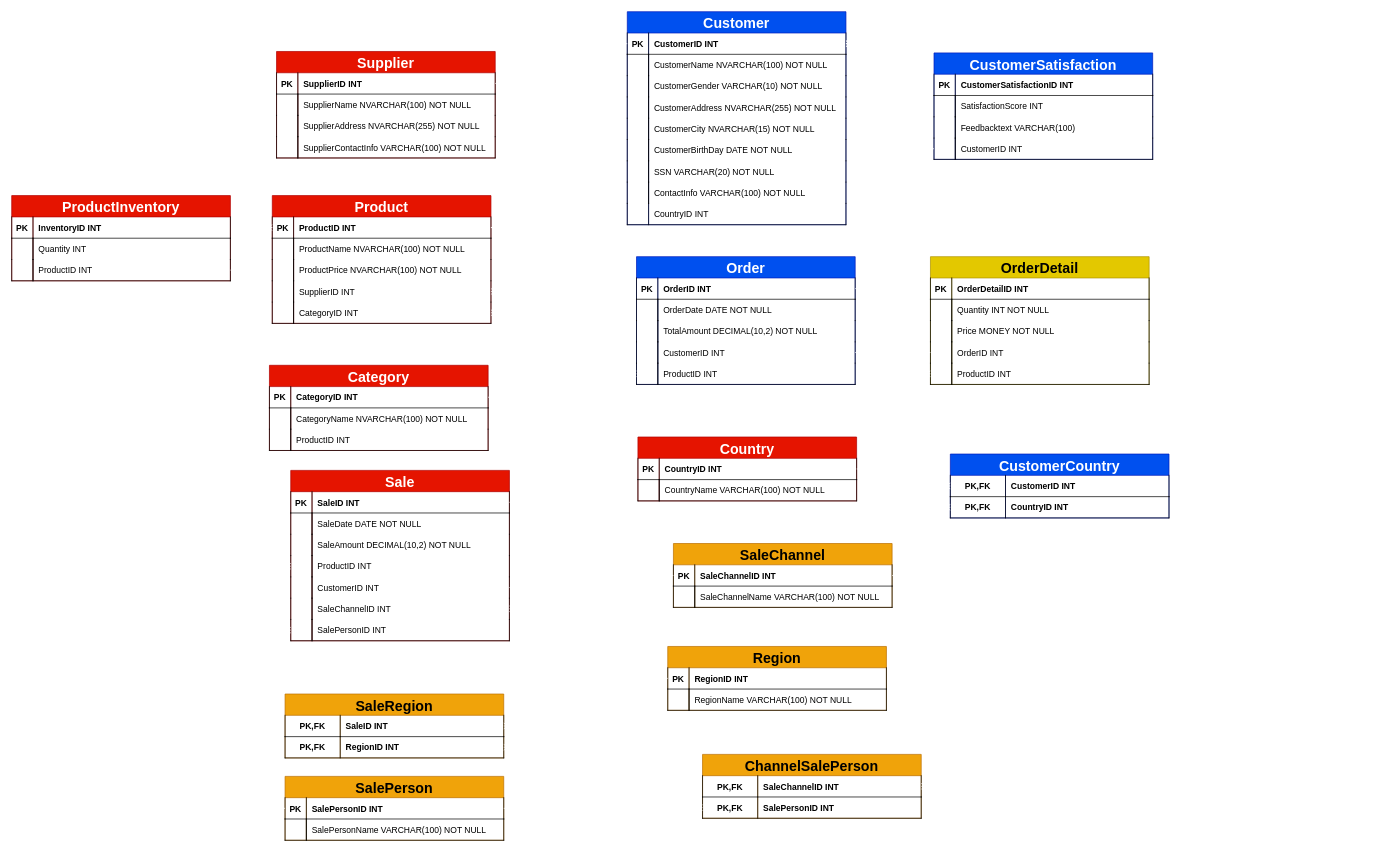
The draw.io diagram 04DrawIO/Sales.drawio in KristoferFangrat/ExamAssignment, before the edit. Source tidied: cells renumbered, new cells numbered last; positions are measured from the earlier drawing's top-left corner, leaving out a move shared by most shapes. Both pictures are drawn from the tidied source at 71%, with x=0, y=0 at pixel (11, 11).
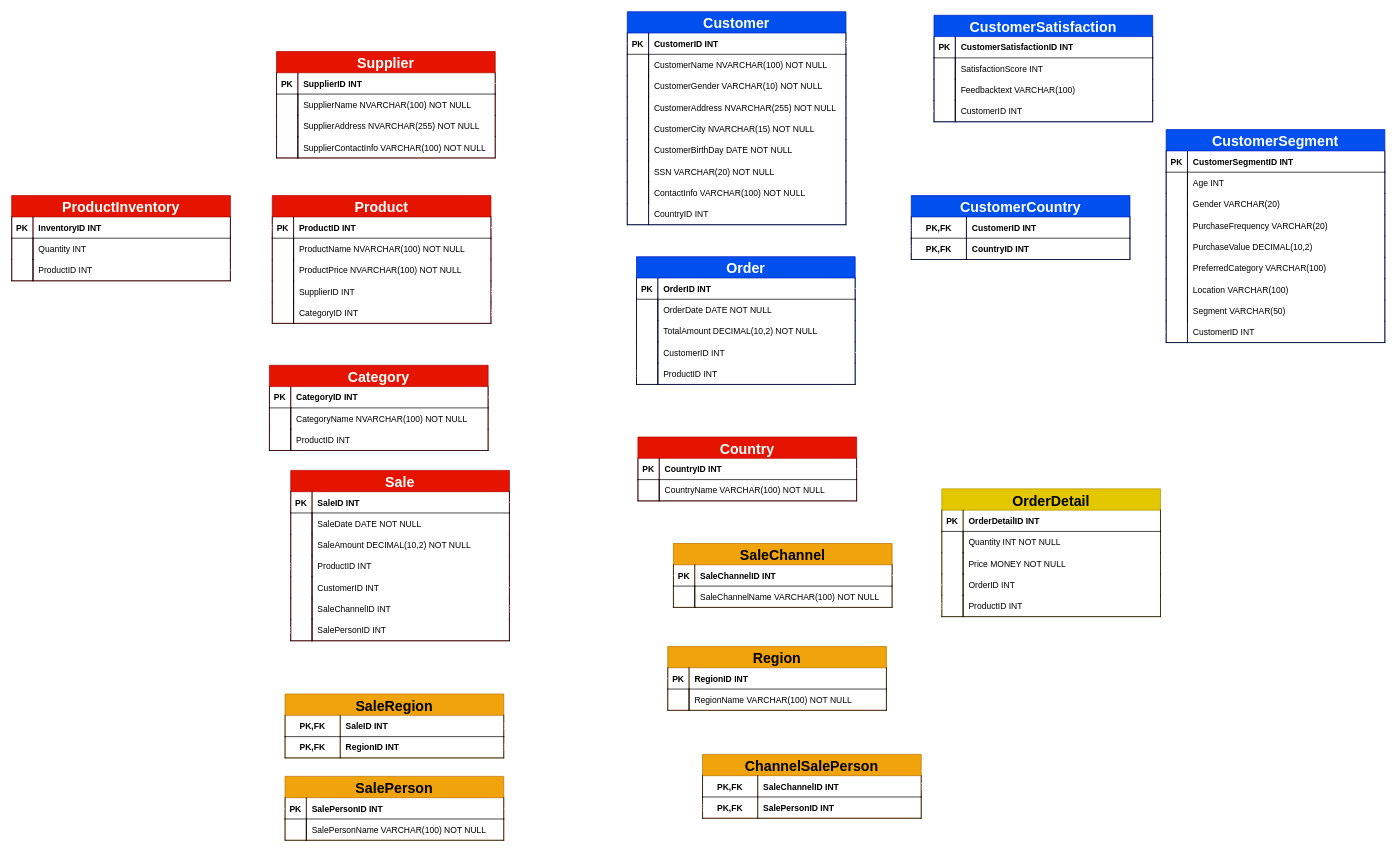
After the change.

Unchanged cells that the change refers to:
```xml
<mxCell id="3" style="shape=tableRow;horizontal=0;startSize=0;swimlaneHead=0;swimlaneBody=0;fillColor=none;points=[[0,0.5],[1,0.5]];portConstraint=eastwest;top=0;left=0;right=0;bottom=1;sketch=0;hachureGap=4;jiggle=2;curveFitting=1;fontFamily=Architects Daughter;fontSize=20;" parent="2" vertex="1">
  <mxGeometry y="30" width="308" height="30" as="geometry" />
</mxCell>
<mxCell id="44" style="shape=tableRow;horizontal=0;startSize=0;swimlaneHead=0;swimlaneBody=0;fillColor=none;points=[[0,0.5],[1,0.5]];portConstraint=eastwest;top=0;left=0;right=0;bottom=1;sketch=0;hachureGap=4;jiggle=2;curveFitting=1;fontFamily=Architects Daughter;fontSize=20;" parent="43" vertex="1">
  <mxGeometry y="30" width="308" height="30" as="geometry" />
</mxCell>
<mxCell id="70" style="shape=tableRow;horizontal=0;startSize=0;swimlaneHead=0;swimlaneBody=0;fillColor=none;points=[[0,0.5],[1,0.5]];portConstraint=eastwest;top=0;left=0;right=0;bottom=1;sketch=0;hachureGap=4;jiggle=2;curveFitting=1;fontFamily=Architects Daughter;fontSize=20;" parent="69" vertex="1">
  <mxGeometry y="30" width="308" height="30" as="geometry" />
</mxCell>
<mxCell id="77" style="shape=tableRow;horizontal=0;startSize=0;swimlaneHead=0;swimlaneBody=0;fillColor=none;points=[[0,0.5],[1,0.5]];portConstraint=eastwest;top=0;left=0;right=0;bottom=1;sketch=0;hachureGap=4;jiggle=2;curveFitting=1;fontFamily=Architects Daughter;fontSize=20;" parent="76" vertex="1">
  <mxGeometry y="30" width="308" height="30" as="geometry" />
</mxCell>
<mxCell id="153" style="shape=tableRow;horizontal=0;startSize=0;swimlaneHead=0;swimlaneBody=0;fillColor=none;points=[[0,0.5],[1,0.5]];portConstraint=eastwest;top=0;left=0;right=0;bottom=0;sketch=0;hachureGap=4;jiggle=2;curveFitting=1;fontFamily=Architects Daughter;fontSize=20;" parent="143" vertex="1">
  <mxGeometry y="120" width="308" height="30" as="geometry" />
</mxCell>
<mxCell id="156" style="shape=tableRow;horizontal=0;startSize=0;swimlaneHead=0;swimlaneBody=0;fillColor=none;points=[[0,0.5],[1,0.5]];portConstraint=eastwest;top=0;left=0;right=0;bottom=1;sketch=0;hachureGap=4;jiggle=2;curveFitting=1;fontFamily=Architects Daughter;fontSize=20;" parent="143" vertex="1">
  <mxGeometry y="150" width="308" height="30" as="geometry" />
</mxCell>
<mxCell id="162" style="shape=tableRow;horizontal=0;startSize=0;swimlaneHead=0;swimlaneBody=0;fillColor=none;points=[[0,0.5],[1,0.5]];portConstraint=eastwest;top=0;left=0;right=0;bottom=1;sketch=0;hachureGap=4;jiggle=2;curveFitting=1;fontFamily=Architects Daughter;fontSize=20;" parent="161" vertex="1">
  <mxGeometry y="30" width="308" height="30" as="geometry" />
</mxCell>
<mxCell id="165" style="shape=tableRow;horizontal=0;startSize=0;swimlaneHead=0;swimlaneBody=0;fillColor=none;points=[[0,0.5],[1,0.5]];portConstraint=eastwest;top=0;left=0;right=0;bottom=1;sketch=0;hachureGap=4;jiggle=2;curveFitting=1;fontFamily=Architects Daughter;fontSize=20;" parent="161" vertex="1">
  <mxGeometry y="60" width="308" height="30" as="geometry" />
</mxCell>
<mxCell id="209" style="shape=tableRow;horizontal=0;startSize=0;swimlaneHead=0;swimlaneBody=0;fillColor=none;points=[[0,0.5],[1,0.5]];portConstraint=eastwest;top=0;left=0;right=0;bottom=1;sketch=0;hachureGap=4;jiggle=2;curveFitting=1;fontFamily=Architects Daughter;fontSize=20;" parent="199" vertex="1">
  <mxGeometry y="120" width="308" height="30" as="geometry" />
</mxCell>
```

The edit, as a diff of the source:
```diff
@@
     <mxCell id="143" value="OrderDetail" style="shape=table;startSize=30;childLayout=tableLayout;rowLines=0;fontStyle=1;align=center;sketch=0;hachureGap=4;jiggle=2;curveFitting=1;fontFamily=Helvetica;fontSize=20;swimlaneLine=1;rounded=0;fillColor=#e3c800;fontColor=#000000;strokeColor=#B09500;" parent="1" vertex="1">
-      <mxGeometry x="1294" y="345" width="308" height="180" as="geometry" />
+      <mxGeometry x="1310" y="672" width="308" height="180" as="geometry" />
     </mxCell>
@@
     <mxCell id="159" style="edgeStyle=orthogonalEdgeStyle;shape=connector;rounded=0;sketch=0;hachureGap=4;jiggle=2;curveFitting=1;html=1;exitX=0;exitY=0.5;exitDx=0;exitDy=0;entryX=1;entryY=0.5;entryDx=0;entryDy=0;labelBackgroundColor=default;strokeColor=#FFFFFF;fontFamily=Architects Daughter;fontSize=16;fontColor=default;startArrow=ERone;startFill=0;endArrow=ERone;endFill=0;" parent="1" edge="1" source="153" target="77">
       <mxGeometry relative="1" as="geometry">
         <Array as="points">
-          <mxPoint x="1238" y="480" />
+          <mxPoint x="1291" y="807" />
+          <mxPoint x="1291" y="551" />
+          <mxPoint x="1238" y="551" />
           <mxPoint x="1238" y="390" />
         </Array>
       </mxGeometry>
     </mxCell>
     <mxCell id="160" style="edgeStyle=orthogonalEdgeStyle;shape=connector;rounded=0;sketch=0;hachureGap=4;jiggle=2;curveFitting=1;html=1;exitX=0;exitY=0.5;exitDx=0;exitDy=0;entryX=1;entryY=0.5;entryDx=0;entryDy=0;labelBackgroundColor=default;strokeColor=#FFFFFF;fontFamily=Architects Daughter;fontSize=16;fontColor=default;startArrow=ERoneToMany;startFill=0;endArrow=ERone;endFill=0;" parent="1" edge="1" source="156" target="44">
       <mxGeometry relative="1" as="geometry">
         <Array as="points">
+          <mxPoint x="1291" y="837" />
+          <mxPoint x="1291" y="550" />
+          <mxPoint x="1239" y="550" />
+          <mxPoint x="1239" y="510" />
           <mxPoint x="1236" y="510" />
           <mxPoint x="1236" y="548" />
           <mxPoint x="773" y="548" />
           <mxPoint x="773" y="304" />
         </Array>
       </mxGeometry>
     </mxCell>
     <mxCell id="161" value="CustomerCountry" style="shape=table;startSize=30;childLayout=tableLayout;rowLines=0;fontStyle=1;align=center;sketch=0;hachureGap=4;jiggle=2;curveFitting=1;fontFamily=Helvetica;fontSize=20;swimlaneLine=1;rounded=0;fillColor=#0050ef;fontColor=#ffffff;strokeColor=#001DBC;" parent="1" vertex="1">
-      <mxGeometry x="1322" y="623" width="308" height="90" as="geometry" />
+      <mxGeometry x="1267" y="259" width="308" height="90" as="geometry" />
     </mxCell>
@@
     <mxCell id="168" style="edgeStyle=orthogonalEdgeStyle;shape=connector;rounded=0;sketch=0;hachureGap=4;jiggle=2;curveFitting=1;html=1;exitX=0;exitY=0.5;exitDx=0;exitDy=0;labelBackgroundColor=default;strokeColor=#FFFFFF;fontFamily=Architects Daughter;fontSize=12;fontColor=default;startArrow=ERoneToMany;startFill=0;endArrow=ERone;endFill=0;entryX=1;entryY=0.5;entryDx=0;entryDy=0;" parent="1" edge="1" source="165" target="70">
       <mxGeometry relative="1" as="geometry">
         <Array as="points">
-          <mxPoint x="1236" y="698" />
-          <mxPoint x="1236" y="644" />
+          <mxPoint x="1238" y="334" />
+          <mxPoint x="1238" y="644" />
         </Array>
       </mxGeometry>
     </mxCell>
     <mxCell id="169" style="edgeStyle=orthogonalEdgeStyle;shape=connector;rounded=0;sketch=0;hachureGap=4;jiggle=2;curveFitting=1;html=1;exitX=0;exitY=0.5;exitDx=0;exitDy=0;entryX=1;entryY=0.5;entryDx=0;entryDy=0;labelBackgroundColor=default;strokeColor=#FFFFFF;fontFamily=Architects Daughter;fontSize=12;fontColor=default;startArrow=ERoneToMany;startFill=0;endArrow=ERone;endFill=0;" parent="1" edge="1" source="162" target="3">
       <mxGeometry relative="1" as="geometry">
         <Array as="points">
-          <mxPoint x="1237" y="668" />
+          <mxPoint x="1239" y="304" />
+          <mxPoint x="1239" y="553" />
+          <mxPoint x="1237" y="553" />
           <mxPoint x="1237" y="45" />
         </Array>
       </mxGeometry>
     </mxCell>
@@
     <mxCell id="199" value="CustomerSatisfaction" style="shape=table;startSize=30;childLayout=tableLayout;rowLines=0;fontStyle=1;align=center;sketch=0;hachureGap=4;jiggle=2;curveFitting=1;fontFamily=Helvetica;fontSize=20;swimlaneLine=1;rounded=0;fillColor=#0050ef;fontColor=#ffffff;strokeColor=#001DBC;" parent="1" vertex="1">
-      <mxGeometry x="1299" y="58" width="308" height="150" as="geometry" />
+      <mxGeometry x="1299" y="5" width="308" height="150" as="geometry" />
     </mxCell>
@@
-    <mxCell id="212" style="edgeStyle=orthogonalEdgeStyle;shape=connector;rounded=0;sketch=0;hachureGap=4;jiggle=2;curveFitting=1;html=1;exitX=0;exitY=0.5;exitDx=0;exitDy=0;labelBackgroundColor=default;strokeColor=#FFFFFF;fontFamily=Architects Daughter;fontSize=12;fontColor=default;startArrow=ERone;startFill=0;endArrow=ERoneToMany;endFill=0;" parent="1" edge="1" source="209" target="3">
+    <mxCell id="212" style="edgeStyle=orthogonalEdgeStyle;shape=connector;rounded=0;sketch=0;hachureGap=4;jiggle=2;curveFitting=1;html=1;exitX=0;exitY=0.5;exitDx=0;exitDy=0;labelBackgroundColor=default;strokeColor=#FFFFFF;fontFamily=Architects Daughter;fontSize=12;fontColor=default;startArrow=ERone;startFill=0;endArrow=ERone;endFill=0;" parent="1" edge="1" source="209" target="3">
       <mxGeometry relative="1" as="geometry" />
     </mxCell>
+    <mxCell id="213" value="CustomerSegment" style="shape=table;startSize=30;childLayout=tableLayout;rowLines=0;fontStyle=1;align=center;sketch=0;hachureGap=4;jiggle=2;curveFitting=1;fontFamily=Helvetica;fontSize=20;swimlaneLine=1;rounded=0;fillColor=#0050ef;fontColor=#ffffff;strokeColor=#001DBC;" parent="1" vertex="1">
+      <mxGeometry x="1626" y="166" width="308" height="300" as="geometry" />
+    </mxCell>
+    <mxCell id="214" style="shape=tableRow;horizontal=0;startSize=0;swimlaneHead=0;swimlaneBody=0;fillColor=none;top=0;left=0;right=0;bottom=1;sketch=0;hachureGap=4;jiggle=2;curveFitting=1;fontFamily=Architects Daughter;fontSize=20;" parent="213" vertex="1">
+      <mxGeometry y="30" width="308" height="30" as="geometry" />
+    </mxCell>
+    <mxCell id="215" value="PK" style="shape=partialRectangle;fillColor=none;top=0;left=1;bottom=0;right=0;fontStyle=1;overflow=hidden;sketch=0;hachureGap=4;jiggle=2;curveFitting=1;fontFamily=Helvetica;fontSize=12;" parent="214" vertex="1">
+      <mxGeometry width="30" height="30" as="geometry" />
+    </mxCell>
+    <mxCell id="216" value="CustomerSegmentID INT" style="shape=partialRectangle;fillColor=none;top=0;left=1;bottom=0;right=1;align=left;spacingLeft=6;fontStyle=1;overflow=hidden;sketch=0;hachureGap=4;jiggle=2;curveFitting=1;fontFamily=Helvetica;fontSize=12;" parent="214" vertex="1">
+      <mxGeometry x="30" width="278" height="30" as="geometry" />
+    </mxCell>
+    <mxCell id="217" style="shape=tableRow;horizontal=0;startSize=0;swimlaneHead=0;swimlaneBody=0;fillColor=none;top=0;left=0;right=0;bottom=0;sketch=0;hachureGap=4;jiggle=2;curveFitting=1;fontFamily=Architects Daughter;fontSize=20;" parent="213" vertex="1">
+      <mxGeometry y="60" width="308" height="30" as="geometry" />
+    </mxCell>
+    <mxCell id="218" style="shape=partialRectangle;fillColor=none;top=0;left=1;bottom=0;right=1;overflow=hidden;sketch=0;hachureGap=4;jiggle=2;curveFitting=1;fontFamily=Helvetica;fontSize=20;" parent="217" vertex="1">
+      <mxGeometry width="30" height="30" as="geometry" />
+    </mxCell>
+    <mxCell id="219" value="Age INT " style="shape=partialRectangle;fillColor=none;top=0;left=1;bottom=0;right=1;align=left;spacingLeft=6;overflow=hidden;sketch=0;hachureGap=4;jiggle=2;curveFitting=1;fontFamily=Helvetica;fontSize=12;" parent="217" vertex="1">
+      <mxGeometry x="30" width="278" height="30" as="geometry" />
+    </mxCell>
+    <mxCell id="220" style="shape=tableRow;horizontal=0;startSize=0;swimlaneHead=0;swimlaneBody=0;fillColor=none;top=0;left=0;right=0;bottom=0;sketch=0;hachureGap=4;jiggle=2;curveFitting=1;fontFamily=Architects Daughter;fontSize=20;" parent="213" vertex="1">
+      <mxGeometry y="90" width="308" height="30" as="geometry" />
+    </mxCell>
+    <mxCell id="221" style="shape=partialRectangle;fillColor=none;top=0;left=1;bottom=0;right=1;overflow=hidden;sketch=0;hachureGap=4;jiggle=2;curveFitting=1;fontFamily=Helvetica;fontSize=20;" parent="220" vertex="1">
+      <mxGeometry width="30" height="30" as="geometry" />
+    </mxCell>
+    <mxCell id="222" value="Gender VARCHAR(20)" style="shape=partialRectangle;fillColor=none;top=0;left=1;bottom=0;right=1;align=left;spacingLeft=6;overflow=hidden;sketch=0;hachureGap=4;jiggle=2;curveFitting=1;fontFamily=Helvetica;fontSize=12;" parent="220" vertex="1">
+      <mxGeometry x="30" width="278" height="30" as="geometry" />
+    </mxCell>
+    <mxCell id="223" style="shape=tableRow;horizontal=0;startSize=0;swimlaneHead=0;swimlaneBody=0;fillColor=none;top=0;left=0;right=0;bottom=0;sketch=0;hachureGap=4;jiggle=2;curveFitting=1;fontFamily=Architects Daughter;fontSize=20;" parent="213" vertex="1">
+      <mxGeometry y="120" width="308" height="30" as="geometry" />
+    </mxCell>
+    <mxCell id="224" style="shape=partialRectangle;fillColor=none;top=0;left=1;bottom=0;right=1;overflow=hidden;sketch=0;hachureGap=4;jiggle=2;curveFitting=1;fontFamily=Helvetica;fontSize=20;" parent="223" vertex="1">
+      <mxGeometry width="30" height="30" as="geometry" />
+    </mxCell>
+    <mxCell id="225" value="PurchaseFrequency VARCHAR(20)" style="shape=partialRectangle;fillColor=none;top=0;left=1;bottom=0;right=1;align=left;spacingLeft=6;overflow=hidden;sketch=0;hachureGap=4;jiggle=2;curveFitting=1;fontFamily=Helvetica;fontSize=12;" parent="223" vertex="1">
+      <mxGeometry x="30" width="278" height="30" as="geometry" />
+    </mxCell>
+    <mxCell id="226" style="shape=tableRow;horizontal=0;startSize=0;swimlaneHead=0;swimlaneBody=0;fillColor=none;top=0;left=0;right=0;bottom=0;sketch=0;hachureGap=4;jiggle=2;curveFitting=1;fontFamily=Architects Daughter;fontSize=20;" parent="213" vertex="1">
+      <mxGeometry y="150" width="308" height="30" as="geometry" />
+    </mxCell>
+    <mxCell id="227" style="shape=partialRectangle;fillColor=none;top=0;left=1;bottom=0;right=1;overflow=hidden;sketch=0;hachureGap=4;jiggle=2;curveFitting=1;fontFamily=Helvetica;fontSize=20;" parent="226" vertex="1">
+      <mxGeometry width="30" height="30" as="geometry" />
+    </mxCell>
+    <mxCell id="228" value="PurchaseValue DECIMAL(10,2)" style="shape=partialRectangle;fillColor=none;top=0;left=1;bottom=0;right=1;align=left;spacingLeft=6;overflow=hidden;sketch=0;hachureGap=4;jiggle=2;curveFitting=1;fontFamily=Helvetica;fontSize=12;" parent="226" vertex="1">
+      <mxGeometry x="30" width="278" height="30" as="geometry" />
+    </mxCell>
+    <mxCell id="229" style="shape=tableRow;horizontal=0;startSize=0;swimlaneHead=0;swimlaneBody=0;fillColor=none;top=0;left=0;right=0;bottom=0;sketch=0;hachureGap=4;jiggle=2;curveFitting=1;fontFamily=Architects Daughter;fontSize=20;" parent="213" vertex="1">
+      <mxGeometry y="180" width="308" height="30" as="geometry" />
+    </mxCell>
+    <mxCell id="230" style="shape=partialRectangle;fillColor=none;top=0;left=1;bottom=0;right=1;overflow=hidden;sketch=0;hachureGap=4;jiggle=2;curveFitting=1;fontFamily=Helvetica;fontSize=20;" parent="229" vertex="1">
+      <mxGeometry width="30" height="30" as="geometry" />
+    </mxCell>
+    <mxCell id="231" value="PreferredCategory VARCHAR(100)" style="shape=partialRectangle;fillColor=none;top=0;left=1;bottom=0;right=1;align=left;spacingLeft=6;overflow=hidden;sketch=0;hachureGap=4;jiggle=2;curveFitting=1;fontFamily=Helvetica;fontSize=12;" parent="229" vertex="1">
+      <mxGeometry x="30" width="278" height="30" as="geometry" />
+    </mxCell>
+    <mxCell id="232" style="shape=tableRow;horizontal=0;startSize=0;swimlaneHead=0;swimlaneBody=0;fillColor=none;top=0;left=0;right=0;bottom=0;sketch=0;hachureGap=4;jiggle=2;curveFitting=1;fontFamily=Architects Daughter;fontSize=20;" parent="213" vertex="1">
+      <mxGeometry y="210" width="308" height="30" as="geometry" />
+    </mxCell>
+    <mxCell id="233" style="shape=partialRectangle;fillColor=none;top=0;left=1;bottom=0;right=1;overflow=hidden;sketch=0;hachureGap=4;jiggle=2;curveFitting=1;fontFamily=Helvetica;fontSize=20;" parent="232" vertex="1">
+      <mxGeometry width="30" height="30" as="geometry" />
+    </mxCell>
+    <mxCell id="234" value="Location VARCHAR(100)" style="shape=partialRectangle;fillColor=none;top=0;left=1;bottom=0;right=1;align=left;spacingLeft=6;overflow=hidden;sketch=0;hachureGap=4;jiggle=2;curveFitting=1;fontFamily=Helvetica;fontSize=12;" parent="232" vertex="1">
+      <mxGeometry x="30" width="278" height="30" as="geometry" />
+    </mxCell>
+    <mxCell id="235" style="shape=tableRow;horizontal=0;startSize=0;swimlaneHead=0;swimlaneBody=0;fillColor=none;top=0;left=0;right=0;bottom=0;sketch=0;hachureGap=4;jiggle=2;curveFitting=1;fontFamily=Architects Daughter;fontSize=20;" parent="213" vertex="1">
+      <mxGeometry y="240" width="308" height="30" as="geometry" />
+    </mxCell>
+    <mxCell id="236" style="shape=partialRectangle;fillColor=none;top=0;left=1;bottom=0;right=1;overflow=hidden;sketch=0;hachureGap=4;jiggle=2;curveFitting=1;fontFamily=Helvetica;fontSize=20;" parent="235" vertex="1">
+      <mxGeometry width="30" height="30" as="geometry" />
+    </mxCell>
+    <mxCell id="237" value="Segment VARCHAR(50)" style="shape=partialRectangle;fillColor=none;top=0;left=1;bottom=0;right=1;align=left;spacingLeft=6;overflow=hidden;sketch=0;hachureGap=4;jiggle=2;curveFitting=1;fontFamily=Helvetica;fontSize=12;" parent="235" vertex="1">
+      <mxGeometry x="30" width="278" height="30" as="geometry" />
+    </mxCell>
+    <mxCell id="238" style="shape=tableRow;horizontal=0;startSize=0;swimlaneHead=0;swimlaneBody=0;fillColor=none;points=[[0,0.5],[1,0.5]];portConstraint=eastwest;top=0;left=0;right=0;bottom=1;sketch=0;hachureGap=4;jiggle=2;curveFitting=1;fontFamily=Architects Daughter;fontSize=20;" parent="213" vertex="1">
+      <mxGeometry y="270" width="308" height="30" as="geometry" />
+    </mxCell>
+    <mxCell id="239" style="shape=partialRectangle;fillColor=none;top=0;left=1;bottom=0;right=0;overflow=hidden;sketch=0;hachureGap=4;jiggle=2;curveFitting=1;fontFamily=Helvetica;fontSize=20;" parent="238" vertex="1">
+      <mxGeometry width="30" height="30" as="geometry" />
+    </mxCell>
+    <mxCell id="240" value="CustomerID INT" style="shape=partialRectangle;fillColor=none;top=0;left=1;bottom=0;right=1;align=left;spacingLeft=6;overflow=hidden;sketch=0;hachureGap=4;jiggle=2;curveFitting=1;fontFamily=Helvetica;fontSize=12;" parent="238" vertex="1">
+      <mxGeometry x="30" width="278" height="30" as="geometry" />
+    </mxCell>
+    <mxCell id="241" style="edgeStyle=orthogonalEdgeStyle;shape=connector;rounded=0;sketch=0;hachureGap=4;jiggle=2;curveFitting=1;html=1;exitX=0;exitY=0.5;exitDx=0;exitDy=0;labelBackgroundColor=default;strokeColor=#FFFFFF;fontFamily=Architects Daughter;fontSize=12;fontColor=default;startArrow=ERone;startFill=0;endArrow=ERone;endFill=0;" parent="1" edge="1" source="238" target="3">
+      <mxGeometry relative="1" as="geometry">
+        <Array as="points">
+          <mxPoint x="1236" y="451" />
+          <mxPoint x="1236" y="45" />
+        </Array>
+      </mxGeometry>
+    </mxCell>
```
